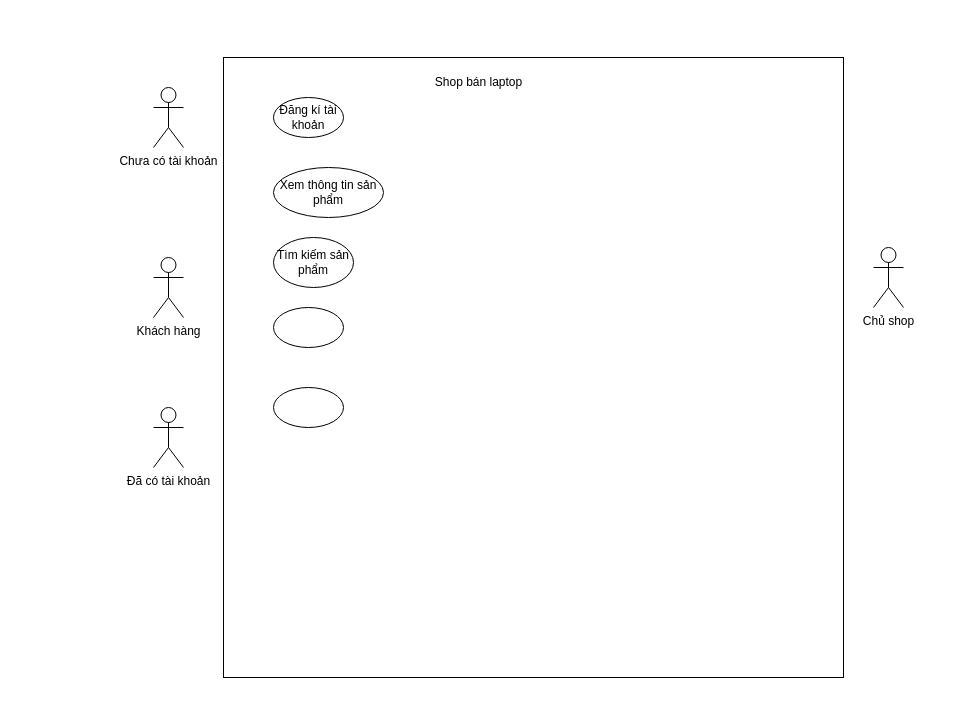
The draw.io diagram Usecase_storeLaptop.drawio in hugn2k4/Store_laptop, before the edit. Source tidied: cells renumbered, new cells numbered last; positions are measured from the earlier drawing's top-left corner, leaving out a move shared by most shapes. Both pictures are drawn from the tidied source at 100%, with x=0, y=0 at pixel (153, 57).
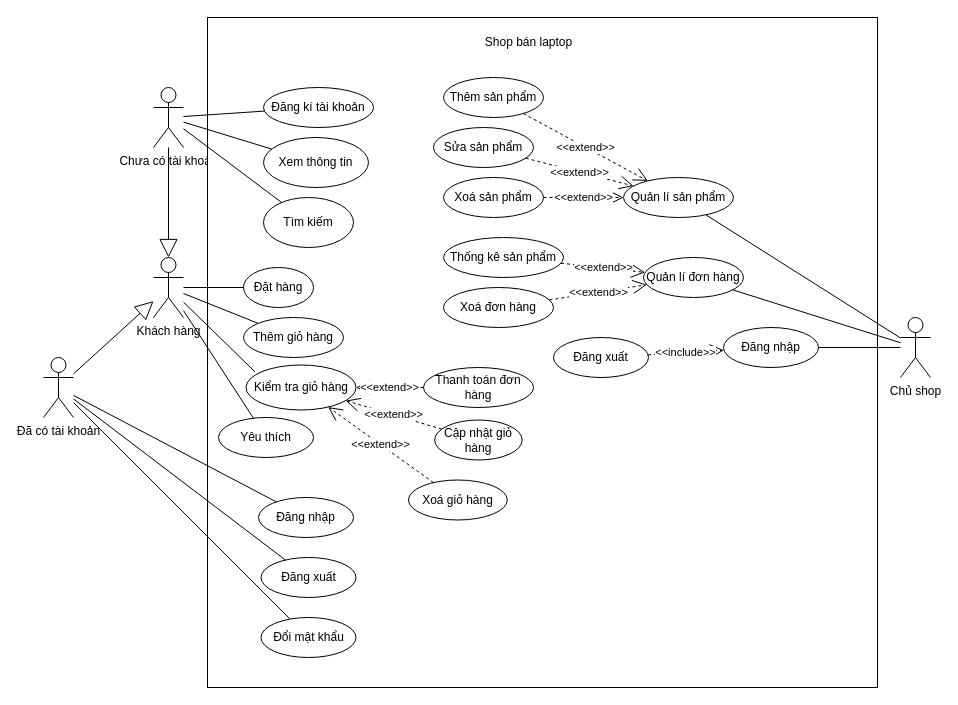
The same diagram, later.

The change refers to these unchanged cells:
```xml
<mxCell id="2" value="Khách hàng" style="shape=umlActor;verticalLabelPosition=bottom;verticalAlign=top;html=1;outlineConnect=0;" parent="1" vertex="1">
  <mxGeometry y="200" width="30" height="60" as="geometry" />
</mxCell>
```

The edit, as a diff of the source:
```diff
@@
     <mxCell id="3" value="Chủ shop" style="shape=umlActor;verticalLabelPosition=bottom;verticalAlign=top;html=1;outlineConnect=0;" parent="1" vertex="1">
-      <mxGeometry x="720" y="190" width="30" height="60" as="geometry" />
+      <mxGeometry x="747" y="260" width="30" height="60" as="geometry" />
     </mxCell>
+    <mxCell id="5" value="Chưa có tài khoản" style="shape=umlActor;verticalLabelPosition=bottom;verticalAlign=top;html=1;outlineConnect=0;" parent="1" vertex="1">
+      <mxGeometry y="30" width="30" height="60" as="geometry" />
+    </mxCell>
     <mxCell id="4" style="whiteSpace=wrap;html=1;" parent="1" vertex="1">
-      <mxGeometry x="70" width="620" height="620" as="geometry" />
+      <mxGeometry x="54" y="-40" width="670" height="670" as="geometry" />
     </mxCell>
-    <mxCell id="5" value="Chưa có tài khoản" style="shape=umlActor;verticalLabelPosition=bottom;verticalAlign=top;html=1;outlineConnect=0;" parent="1" vertex="1">
-      <mxGeometry y="30" width="30" height="60" as="geometry" />
-    </mxCell>
     <mxCell id="6" value="Đã có tài khoản&lt;div&gt;&lt;br&gt;&lt;/div&gt;" style="shape=umlActor;verticalLabelPosition=bottom;verticalAlign=top;html=1;outlineConnect=0;" parent="1" vertex="1">
-      <mxGeometry y="350" width="30" height="60" as="geometry" />
+      <mxGeometry x="-110" y="300" width="30" height="60" as="geometry" />
     </mxCell>
     <mxCell id="7" value="Shop bán laptop" style="text;html=1;align=center;verticalAlign=middle;strokeColor=none;fillColor=none;" parent="1" vertex="1">
-      <mxGeometry x="270" y="10" width="110" height="30" as="geometry" />
+      <mxGeometry x="320" y="-30" width="110" height="30" as="geometry" />
     </mxCell>
     <mxCell id="8" value="Đăng kí tài khoản" style="ellipse;whiteSpace=wrap;html=1;" parent="1" vertex="1">
-      <mxGeometry x="120" y="40" width="70" height="40" as="geometry" />
+      <mxGeometry x="110" y="30" width="110" height="40" as="geometry" />
     </mxCell>
-    <mxCell id="9" value="Xem thông tin sản phẩm" style="ellipse;whiteSpace=wrap;html=1;" parent="1" vertex="1">
-      <mxGeometry x="120" y="110" width="110" height="50" as="geometry" />
+    <mxCell id="9" value="Xem thông tin" style="ellipse;whiteSpace=wrap;html=1;" parent="1" vertex="1">
+      <mxGeometry x="110" y="80" width="105" height="50" as="geometry" />
     </mxCell>
-    <mxCell id="10" value="Tìm kiếm sản phẩm" style="ellipse;whiteSpace=wrap;html=1;" parent="1" vertex="1">
-      <mxGeometry x="120" y="180" width="80" height="50" as="geometry" />
+    <mxCell id="10" value="Tìm kiếm" style="ellipse;whiteSpace=wrap;html=1;" parent="1" vertex="1">
+      <mxGeometry x="110" y="140" width="90" height="50" as="geometry" />
     </mxCell>
-    <mxCell id="11" style="ellipse;whiteSpace=wrap;html=1;" parent="1" vertex="1">
-      <mxGeometry x="120" y="250" width="70" height="40" as="geometry" />
+    <mxCell id="11" value="Đặt hàng" style="ellipse;whiteSpace=wrap;html=1;" parent="1" vertex="1">
+      <mxGeometry x="90" y="210" width="70" height="40" as="geometry" />
     </mxCell>
-    <mxCell id="12" style="ellipse;whiteSpace=wrap;html=1;" parent="1" vertex="1">
-      <mxGeometry x="120" y="330" width="70" height="40" as="geometry" />
+    <mxCell id="12" value="Thêm giỏ hàng" style="ellipse;whiteSpace=wrap;html=1;" parent="1" vertex="1">
+      <mxGeometry x="90" y="260" width="100" height="40" as="geometry" />
     </mxCell>
+    <mxCell id="13" value="Kiểm tra giỏ hàng" style="ellipse;whiteSpace=wrap;html=1;" parent="1" vertex="1">
+      <mxGeometry x="92.5" y="307.5" width="110" height="45" as="geometry" />
+    </mxCell>
+    <mxCell id="14" value="Xoá giỏ hàng" style="ellipse;whiteSpace=wrap;html=1;" parent="1" vertex="1">
+      <mxGeometry x="255" y="422.5" width="98.8" height="40" as="geometry" />
+    </mxCell>
+    <mxCell id="15" value="Cập nhật giỏ hàng" style="ellipse;whiteSpace=wrap;html=1;" parent="1" vertex="1">
+      <mxGeometry x="281.2" y="362.5" width="87.5" height="40" as="geometry" />
+    </mxCell>
+    <mxCell id="16" value="Thanh toán đơn hàng" style="ellipse;whiteSpace=wrap;html=1;" parent="1" vertex="1">
+      <mxGeometry x="270" y="310" width="110" height="40" as="geometry" />
+    </mxCell>
+    <mxCell id="17" value="Yêu thích" style="ellipse;whiteSpace=wrap;html=1;" parent="1" vertex="1">
+      <mxGeometry x="65" y="360" width="95" height="40" as="geometry" />
+    </mxCell>
+    <mxCell id="18" value="Đăng nhập" style="ellipse;whiteSpace=wrap;html=1;" parent="1" vertex="1">
+      <mxGeometry x="105" y="440" width="95" height="40" as="geometry" />
+    </mxCell>
+    <mxCell id="19" value="Đổi mật khẩu" style="ellipse;whiteSpace=wrap;html=1;" parent="1" vertex="1">
+      <mxGeometry x="107.5" y="560" width="95" height="40" as="geometry" />
+    </mxCell>
+    <mxCell id="20" value="Đăng xuất" style="ellipse;whiteSpace=wrap;html=1;" parent="1" vertex="1">
+      <mxGeometry x="107.5" y="500" width="95" height="40" as="geometry" />
+    </mxCell>
+    <mxCell id="21" value="Thêm sản phẩm" style="ellipse;whiteSpace=wrap;html=1;" parent="1" vertex="1">
+      <mxGeometry x="290" y="20" width="100" height="40" as="geometry" />
+    </mxCell>
+    <mxCell id="22" value="Sửa sản phẩm" style="ellipse;whiteSpace=wrap;html=1;" parent="1" vertex="1">
+      <mxGeometry x="280" y="70" width="100" height="40" as="geometry" />
+    </mxCell>
+    <mxCell id="23" value="Xoá sản phẩm" style="ellipse;whiteSpace=wrap;html=1;" parent="1" vertex="1">
+      <mxGeometry x="290" y="120" width="100" height="40" as="geometry" />
+    </mxCell>
+    <mxCell id="24" value="Thống kê sản phẩm" style="ellipse;whiteSpace=wrap;html=1;" parent="1" vertex="1">
+      <mxGeometry x="290" y="180" width="120" height="40" as="geometry" />
+    </mxCell>
+    <mxCell id="25" value="Xoá đơn hàng" style="ellipse;whiteSpace=wrap;html=1;" parent="1" vertex="1">
+      <mxGeometry x="290" y="230" width="110" height="40" as="geometry" />
+    </mxCell>
+    <mxCell id="26" value="Quản lí đơn hàng" style="ellipse;whiteSpace=wrap;html=1;" parent="1" vertex="1">
+      <mxGeometry x="490" y="200" width="100" height="40" as="geometry" />
+    </mxCell>
+    <mxCell id="27" value="Quản lí sản phẩm" style="ellipse;whiteSpace=wrap;html=1;" parent="1" vertex="1">
+      <mxGeometry x="470" y="120" width="110" height="40" as="geometry" />
+    </mxCell>
+    <mxCell id="28" style="endArrow=block;endSize=16;endFill=0;html=1;rounded=0;" parent="1" edge="1" source="6" target="2">
+      <mxGeometry relative="1" as="geometry" />
+    </mxCell>
+    <mxCell id="29" style="endArrow=block;endSize=16;endFill=0;html=1;rounded=0;" parent="1" edge="1" source="5" target="2">
+      <mxGeometry relative="1" as="geometry" />
+    </mxCell>
+    <mxCell id="30" style="endArrow=none;html=1;rounded=0;" parent="1" edge="1" source="8" target="5">
+      <mxGeometry relative="1" as="geometry" />
+    </mxCell>
+    <mxCell id="31" style="endArrow=none;html=1;rounded=0;" parent="1" edge="1" source="9" target="5">
+      <mxGeometry relative="1" as="geometry" />
+    </mxCell>
+    <mxCell id="32" style="endArrow=none;html=1;rounded=0;" parent="1" edge="1" source="10" target="5">
+      <mxGeometry relative="1" as="geometry" />
+    </mxCell>
+    <mxCell id="33" style="endArrow=none;html=1;rounded=0;" parent="1" edge="1" source="11" target="2">
+      <mxGeometry relative="1" as="geometry" />
+    </mxCell>
+    <mxCell id="34" style="endArrow=none;html=1;rounded=0;" parent="1" edge="1" source="12" target="2">
+      <mxGeometry relative="1" as="geometry" />
+    </mxCell>
+    <mxCell id="35" style="endArrow=none;html=1;rounded=0;exitX=0.082;exitY=0.153;exitDx=0;exitDy=0;exitPerimeter=0;" parent="1" edge="1" source="13" target="2">
+      <mxGeometry relative="1" as="geometry" />
+    </mxCell>
+    <mxCell id="36" style="endArrow=none;html=1;rounded=0;" parent="1" edge="1" source="18" target="6">
+      <mxGeometry relative="1" as="geometry" />
+    </mxCell>
+    <mxCell id="37" style="endArrow=none;html=1;rounded=0;" parent="1" edge="1" source="20" target="6">
+      <mxGeometry relative="1" as="geometry" />
+    </mxCell>
+    <mxCell id="38" style="endArrow=none;html=1;rounded=0;" parent="1" edge="1" source="19" target="6">
+      <mxGeometry relative="1" as="geometry" />
+    </mxCell>
+    <mxCell id="39" style="endArrow=none;html=1;rounded=0;" parent="1" edge="1" source="17" target="2">
+      <mxGeometry relative="1" as="geometry" />
+    </mxCell>
+    <mxCell id="40" value="&amp;lt;&amp;lt;include&amp;gt;&amp;gt;" style="endArrow=open;endSize=12;dashed=1;html=1;rounded=0;" parent="1" edge="1" source="53" target="51">
+      <mxGeometry relative="1" as="geometry" />
+    </mxCell>
+    <mxCell id="41" value="&amp;lt;&amp;lt;extend&amp;gt;&amp;gt;" style="endArrow=open;endSize=12;dashed=1;html=1;rounded=0;" parent="1" edge="1" source="21" target="27">
+      <mxGeometry x="0.01" relative="1" as="geometry" />
+    </mxCell>
+    <mxCell id="42" value="&amp;lt;&amp;lt;extend&amp;gt;&amp;gt;" style="endArrow=open;endSize=12;dashed=1;html=1;rounded=0;" parent="1" edge="1" source="16" target="13">
+      <mxGeometry relative="1" as="geometry" />
+    </mxCell>
+    <mxCell id="43" value="&amp;lt;&amp;lt;extend&amp;gt;&amp;gt;" style="endArrow=open;endSize=12;dashed=1;html=1;rounded=0;" parent="1" edge="1" source="15" target="13">
+      <mxGeometry relative="1" as="geometry" />
+    </mxCell>
+    <mxCell id="44" value="&amp;lt;&amp;lt;extend&amp;gt;&amp;gt;" style="endArrow=open;endSize=12;dashed=1;html=1;rounded=0;" parent="1" edge="1" source="14" target="13">
+      <mxGeometry relative="1" as="geometry" />
+    </mxCell>
+    <mxCell id="45" value="&amp;lt;&amp;lt;extend&amp;gt;&amp;gt;" style="endArrow=open;endSize=12;dashed=1;html=1;rounded=0;" parent="1" edge="1" source="22" target="27">
+      <mxGeometry x="0.01" relative="1" as="geometry" />
+    </mxCell>
+    <mxCell id="46" value="&amp;lt;&amp;lt;extend&amp;gt;&amp;gt;" style="endArrow=open;endSize=12;dashed=1;html=1;rounded=0;" parent="1" edge="1" source="23" target="27">
+      <mxGeometry x="0.01" relative="1" as="geometry" />
+    </mxCell>
+    <mxCell id="47" style="endArrow=none;html=1;rounded=0;" parent="1" edge="1" source="3" target="27">
+      <mxGeometry relative="1" as="geometry" />
+    </mxCell>
+    <mxCell id="48" style="endArrow=none;html=1;rounded=0;" parent="1" edge="1" source="3" target="26">
+      <mxGeometry relative="1" as="geometry" />
+    </mxCell>
+    <mxCell id="49" value="&amp;lt;&amp;lt;extend&amp;gt;&amp;gt;" style="endArrow=open;endSize=12;dashed=1;html=1;rounded=0;" parent="1" edge="1" source="24" target="26">
+      <mxGeometry x="0.01" relative="1" as="geometry" />
+    </mxCell>
+    <mxCell id="50" value="&amp;lt;&amp;lt;extend&amp;gt;&amp;gt;" style="endArrow=open;endSize=12;dashed=1;html=1;rounded=0;" parent="1" edge="1" source="25" target="26">
+      <mxGeometry x="0.01" relative="1" as="geometry" />
+    </mxCell>
+    <mxCell id="51" value="Đăng nhập" style="ellipse;whiteSpace=wrap;html=1;" parent="1" vertex="1">
+      <mxGeometry x="570" y="270" width="95" height="40" as="geometry" />
+    </mxCell>
+    <mxCell id="52" style="endArrow=none;html=1;rounded=0;" parent="1" edge="1" source="3" target="51">
+      <mxGeometry relative="1" as="geometry" />
+    </mxCell>
+    <mxCell id="53" value="Đăng xuất" style="ellipse;whiteSpace=wrap;html=1;" parent="1" vertex="1">
+      <mxGeometry x="400" y="280" width="95" height="40" as="geometry" />
+    </mxCell>
```
